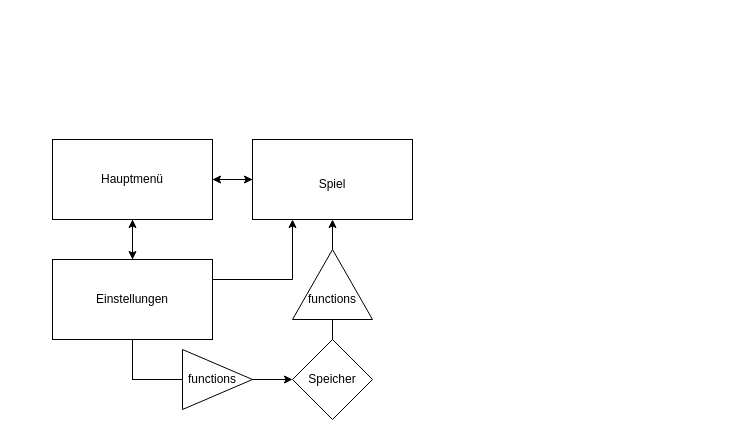
The draw.io diagram Gesammtstuktur.drawio in Tebitz/LK-Klasurersatzleistung, before the edit. Source tidied: cells renumbered, new cells numbered last; positions are measured from the earlier drawing's top-left corner, leaving out a move shared by most shapes. Both pictures are drawn from the tidied source at 100%, with x=0, y=0 at pixel (52, 139).
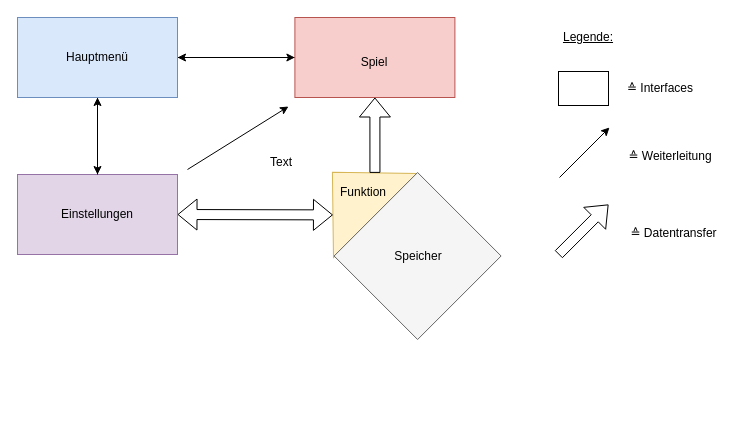
The same diagram, later.

Commit message:
Farben + Legende

The edit, as a diff of the source:
```diff
@@
+    <mxCell id="23" style="triangle;whiteSpace=wrap;html=1;rotation=-135;fillColor=#fff2cc;strokeColor=#d6b656;" parent="1" vertex="1">
+      <mxGeometry x="271" y="-5" width="60.9" height="118.8" as="geometry" />
+    </mxCell>
     <mxCell id="2" style="rounded=0;whiteSpace=wrap;html=1;" parent="1" vertex="1">
-      <mxGeometry width="160" height="80" as="geometry" />
+      <mxGeometry x="-35" y="-122" width="160" height="80" as="geometry" />
     </mxCell>
@@
-    <mxCell id="5" value="Hauptmenü" style="text;html=1;strokeColor=none;fillColor=none;align=center;verticalAlign=middle;whiteSpace=wrap;rounded=0;" parent="1" vertex="1">
-      <mxGeometry width="160" height="80" as="geometry" />
+    <mxCell id="5" value="Hauptmenü" style="text;html=1;strokeColor=#6c8ebf;fillColor=#dae8fc;align=center;verticalAlign=middle;whiteSpace=wrap;rounded=0;" parent="1" vertex="1">
+      <mxGeometry x="-35" y="-122" width="160" height="80" as="geometry" />
     </mxCell>
-    <mxCell id="6" style="edgeStyle=orthogonalEdgeStyle;rounded=0;jettySize=auto;html=1;entryX=0.25;entryY=1;entryDx=0;entryDy=0;" parent="1" edge="1" source="8" target="10">
-      <mxGeometry relative="1" as="geometry">
-        <Array as="points">
-          <mxPoint x="240" y="140" />
-        </Array>
-      </mxGeometry>
-    </mxCell>
-    <mxCell id="7" style="edgeStyle=orthogonalEdgeStyle;rounded=0;jettySize=auto;html=1;entryX=0;entryY=0.5;entryDx=0;entryDy=0;startArrow=none;" parent="1" edge="1" source="19" target="12">
-      <mxGeometry relative="1" as="geometry">
-        <Array as="points">
-          <mxPoint x="80" y="240" />
-        </Array>
-      </mxGeometry>
-    </mxCell>
-    <mxCell id="8" style="rounded=0;whiteSpace=wrap;html=1;" parent="1" vertex="1">
-      <mxGeometry y="120" width="160" height="80" as="geometry" />
+    <mxCell id="8" style="rounded=0;whiteSpace=wrap;html=1;fillColor=#e1d5e7;strokeColor=#9673a6;" parent="1" vertex="1">
+      <mxGeometry x="-35" y="35" width="160" height="80" as="geometry" />
     </mxCell>
@@
-    <mxCell id="10" style="rounded=0;whiteSpace=wrap;html=1;" parent="1" vertex="1">
-      <mxGeometry x="200" width="160" height="80" as="geometry" />
+    <mxCell id="10" style="rounded=0;whiteSpace=wrap;html=1;fillColor=#f8cecc;strokeColor=#b85450;" parent="1" vertex="1">
+      <mxGeometry x="242.4" y="-122" width="160" height="80" as="geometry" />
     </mxCell>
-    <mxCell id="11" style="edgeStyle=orthogonalEdgeStyle;rounded=0;jettySize=auto;html=1;entryX=0.5;entryY=1;entryDx=0;entryDy=0;startArrow=none;" parent="1" edge="1" source="17" target="10">
-      <mxGeometry relative="1" as="geometry" />
-    </mxCell>
-    <mxCell id="12" style="rhombus;whiteSpace=wrap;html=1;rounded=0;" parent="1" vertex="1">
-      <mxGeometry x="240" y="200" width="80" height="80" as="geometry" />
-    </mxCell>
@@
     <mxCell id="14" value="Einstellungen" style="text;html=1;strokeColor=none;fillColor=none;align=center;verticalAlign=middle;whiteSpace=wrap;rounded=0;" parent="1" vertex="1">
-      <mxGeometry x="50" y="120" width="60" height="80" as="geometry" />
+      <mxGeometry x="15" y="35" width="60" height="80" as="geometry" />
     </mxCell>
     <mxCell id="15" value="Spiel" style="text;html=1;strokeColor=none;fillColor=none;align=center;verticalAlign=middle;whiteSpace=wrap;rounded=0;" parent="1" vertex="1">
-      <mxGeometry x="250" y="30" width="60" height="30" as="geometry" />
+      <mxGeometry x="292.4" y="-92" width="60" height="30" as="geometry" />
     </mxCell>
-    <mxCell id="16" value="Speicher" style="text;html=1;strokeColor=none;fillColor=none;align=center;verticalAlign=middle;whiteSpace=wrap;rounded=0;" parent="1" vertex="1">
-      <mxGeometry x="250" y="225" width="60" height="30" as="geometry" />
+    <mxCell id="16" value="Funktion" style="text;html=1;strokeColor=none;fillColor=none;align=center;verticalAlign=middle;whiteSpace=wrap;rounded=0;" parent="1" vertex="1">
+      <mxGeometry x="280.6" y="38.4" width="60" height="30" as="geometry" />
     </mxCell>
-    <mxCell id="17" style="triangle;whiteSpace=wrap;html=1;rotation=-90;rounded=0;" parent="1" vertex="1">
-      <mxGeometry x="245" y="105" width="70" height="80" as="geometry" />
-    </mxCell>
-    <mxCell id="18" style="edgeStyle=orthogonalEdgeStyle;rounded=0;jettySize=auto;html=1;endArrow=none;" parent="1" edge="1" source="12" target="17">
-      <mxGeometry relative="1" as="geometry" />
-    </mxCell>
-    <mxCell id="19" style="triangle;whiteSpace=wrap;html=1;rounded=0;" parent="1" vertex="1">
-      <mxGeometry x="130" y="210" width="70" height="60" as="geometry" />
-    </mxCell>
-    <mxCell id="20" style="edgeStyle=orthogonalEdgeStyle;rounded=0;jettySize=auto;html=1;entryX=0;entryY=0.5;entryDx=0;entryDy=0;endArrow=none;" parent="1" edge="1" source="8" target="19">
-      <mxGeometry relative="1" as="geometry" />
-    </mxCell>
-    <mxCell id="21" value="functions" style="text;html=1;strokeColor=none;fillColor=none;align=center;verticalAlign=middle;whiteSpace=wrap;rounded=0;" parent="1" vertex="1">
-      <mxGeometry x="130" y="225" width="60" height="30" as="geometry" />
-    </mxCell>
-    <mxCell id="22" value="functions" style="text;html=1;strokeColor=none;fillColor=none;align=center;verticalAlign=middle;whiteSpace=wrap;rounded=0;" parent="1" vertex="1">
-      <mxGeometry x="250" y="145" width="60" height="30" as="geometry" />
-    </mxCell>
+    <mxCell id="24" style="rhombus;whiteSpace=wrap;html=1;fillColor=#f5f5f5;fontColor=#333333;strokeColor=#666666;" parent="1" vertex="1">
+      <mxGeometry x="281.6" y="33" width="167" height="167" as="geometry" />
+    </mxCell>
+    <mxCell id="25" value="Speicher" style="text;html=1;strokeColor=none;fillColor=none;align=center;verticalAlign=middle;whiteSpace=wrap;rounded=0;" parent="1" vertex="1">
+      <mxGeometry x="335.6" y="102" width="60" height="30" as="geometry" />
+    </mxCell>
+    <mxCell id="26" style="endArrow=classic;html=1;rounded=0;" parent="1" edge="1">
+      <mxGeometry relative="1" as="geometry">
+        <mxPoint x="135" y="30" as="sourcePoint" />
+        <mxPoint x="236" y="-33" as="targetPoint" />
+      </mxGeometry>
+    </mxCell>
+    <mxCell id="27" style="shape=flexArrow;endArrow=classic;startArrow=classic;html=1;rounded=0;entryX=0.5;entryY=0;entryDx=0;entryDy=0;exitX=1;exitY=0.5;exitDx=0;exitDy=0;" parent="1" edge="1" source="8" target="23">
+      <mxGeometry relative="1" as="geometry" />
+    </mxCell>
+    <mxCell id="28" style="shape=flexArrow;endArrow=classic;html=1;rounded=0;entryX=0.5;entryY=1;entryDx=0;entryDy=0;exitX=0.5;exitY=1;exitDx=0;exitDy=0;" parent="1" edge="1" source="23" target="10">
+      <mxGeometry relative="1" as="geometry" />
+    </mxCell>
+    <mxCell id="29" style="rounded=0;whiteSpace=wrap;html=1;" parent="1" vertex="1">
+      <mxGeometry x="506" y="-68" width="50" height="34" as="geometry" />
+    </mxCell>
+    <mxCell id="30" value="≙ Interfaces" style="text;html=1;strokeColor=none;fillColor=none;align=center;verticalAlign=middle;whiteSpace=wrap;rounded=0;" parent="1" vertex="1">
+      <mxGeometry x="572.5" y="-66" width="70" height="30" as="geometry" />
+    </mxCell>
+    <mxCell id="31" style="shape=flexArrow;endArrow=classic;html=1;rounded=0;" parent="1" edge="1">
+      <mxGeometry relative="1" as="geometry">
+        <mxPoint x="506" y="115" as="sourcePoint" />
+        <mxPoint x="556" y="65" as="targetPoint" />
+      </mxGeometry>
+    </mxCell>
+    <mxCell id="32" style="endArrow=classic;html=1;rounded=0;" parent="1" edge="1">
+      <mxGeometry relative="1" as="geometry">
+        <mxPoint x="507" y="38" as="sourcePoint" />
+        <mxPoint x="557" y="-12" as="targetPoint" />
+      </mxGeometry>
+    </mxCell>
+    <mxCell id="33" value="≙ Datentransfer" style="text;html=1;strokeColor=none;fillColor=none;align=center;verticalAlign=middle;whiteSpace=wrap;rounded=0;" parent="1" vertex="1">
+      <mxGeometry x="575.5" y="79" width="91" height="30" as="geometry" />
+    </mxCell>
+    <mxCell id="34" value="≙ Weiterleitung" style="text;html=1;strokeColor=none;fillColor=none;align=center;verticalAlign=middle;whiteSpace=wrap;rounded=0;" parent="1" vertex="1">
+      <mxGeometry x="572.5" y="2" width="90" height="30" as="geometry" />
+    </mxCell>
+    <mxCell id="35" value="Text" style="text;html=1;strokeColor=none;fillColor=none;align=center;verticalAlign=middle;whiteSpace=wrap;rounded=0;" parent="1" vertex="1">
+      <mxGeometry x="199" y="8" width="60" height="30" as="geometry" />
+    </mxCell>
+    <mxCell id="36" value="&lt;u&gt;Legende:&lt;/u&gt;" style="text;html=1;strokeColor=none;fillColor=none;align=center;verticalAlign=middle;whiteSpace=wrap;rounded=0;" parent="1" vertex="1">
+      <mxGeometry x="506" y="-117" width="60" height="30" as="geometry" />
+    </mxCell>
```
